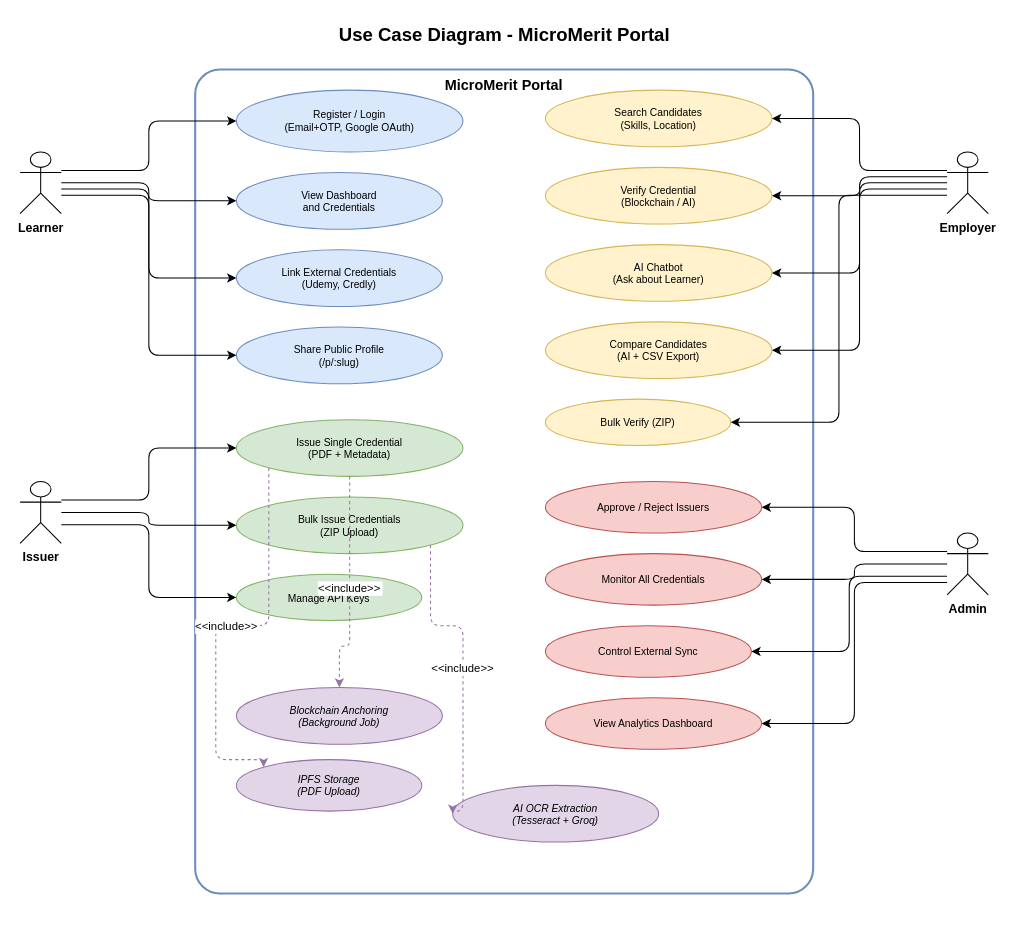
Earlier version of the draw.io diagram docs/report/diagrams/3.3_use_case_diagram.drawio (JaiminPatel345/MicroMerit-Portal). Source tidied: cells renumbered, new cells numbered last; positions are measured from the earlier drawing's top-left corner, leaving out a move shared by most shapes. Both pictures are drawn from the tidied source at 103%, with x=0, y=0 at pixel (20, 18).
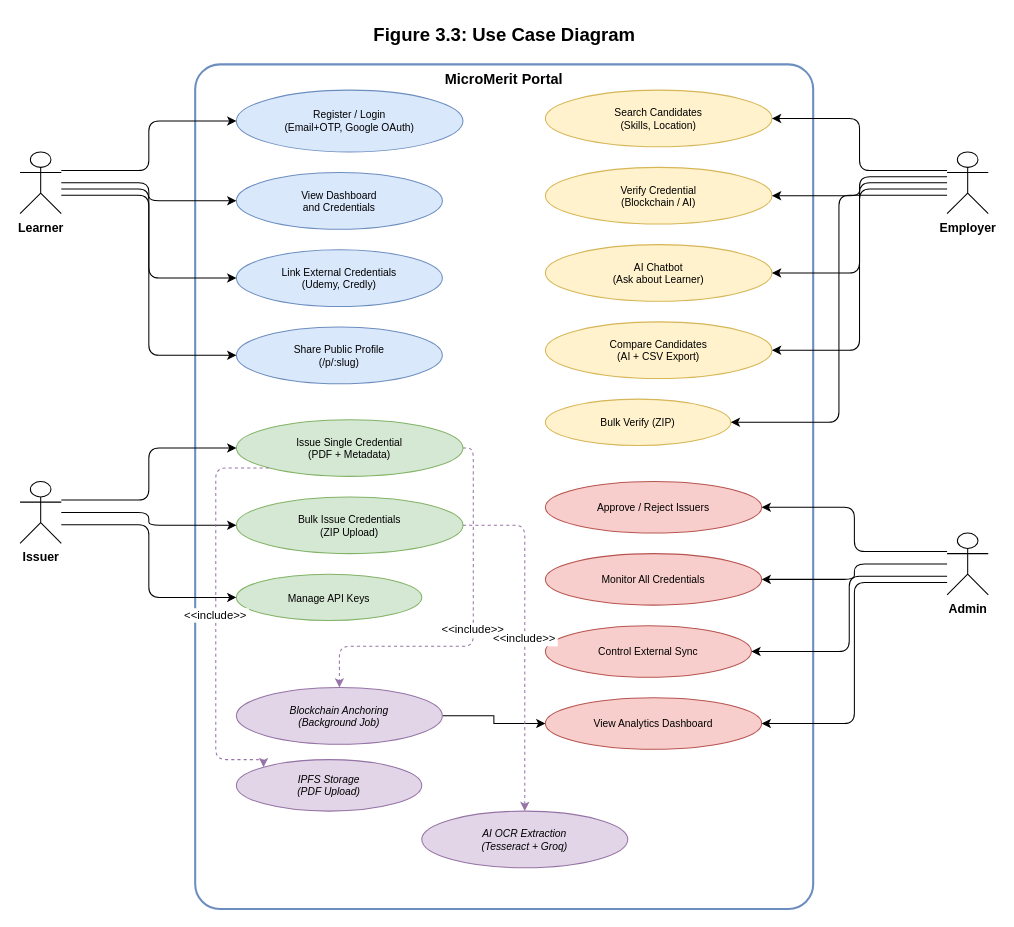
The same diagram, later.

Unchanged cells that the change refers to:
```xml
<mxCell id="12" value="Issue Single Credential&lt;br&gt;(PDF + Metadata)" style="ellipse;whiteSpace=wrap;html=1;fillColor=#d5e8d4;strokeColor=#82b366;fontSize=10;" parent="1" vertex="1">
  <mxGeometry x="210" y="390" width="220" height="55" as="geometry" />
</mxCell>
<mxCell id="13" value="Bulk Issue Credentials&lt;br&gt;(ZIP Upload)" style="ellipse;whiteSpace=wrap;html=1;fillColor=#d5e8d4;strokeColor=#82b366;fontSize=10;" parent="1" vertex="1">
  <mxGeometry x="210" y="465" width="220" height="55" as="geometry" />
</mxCell>
<mxCell id="23" value="View Analytics Dashboard" style="ellipse;whiteSpace=wrap;html=1;fillColor=#f8cecc;strokeColor=#b85450;fontSize=10;" parent="1" vertex="1">
  <mxGeometry x="510" y="660" width="210" height="50" as="geometry" />
</mxCell>
<mxCell id="24" value="Blockchain Anchoring&lt;br&gt;(Background Job)" style="ellipse;whiteSpace=wrap;html=1;fillColor=#e1d5e7;strokeColor=#9673a6;fontSize=10;fontStyle=2;" parent="1" vertex="1">
  <mxGeometry x="210" y="650" width="200" height="55" as="geometry" />
</mxCell>
<mxCell id="25" value="IPFS Storage&lt;br&gt;(PDF Upload)" style="ellipse;whiteSpace=wrap;html=1;fillColor=#e1d5e7;strokeColor=#9673a6;fontSize=10;fontStyle=2;" parent="1" vertex="1">
  <mxGeometry x="210" y="720" width="180" height="50" as="geometry" />
</mxCell>
```

Diff of the diagram source:
```diff
@@
-    <mxCell id="2" value="Use Case Diagram - MicroMerit Portal" style="text;html=1;fontSize=18;fontStyle=1;align=center;" parent="1" vertex="1">
+    <mxCell id="2" value="Figure 3.3: Use Case Diagram" style="text;html=1;fontSize=18;fontStyle=1;align=center;" parent="1" vertex="1">
       <mxGeometry x="220" width="500" height="40" as="geometry" />
     </mxCell>
     <mxCell id="3" value="MicroMerit Portal" style="rounded=1;whiteSpace=wrap;html=1;fillColor=none;strokeColor=#6c8ebf;dashed=0;verticalAlign=top;fontStyle=1;fontSize=14;arcSize=4;strokeWidth=2;" parent="1" vertex="1">
-      <mxGeometry x="170" y="50" width="600" height="800" as="geometry" />
+      <mxGeometry x="170" y="45" width="600" height="820" as="geometry" />
     </mxCell>
@@
+    <mxCell id="46" style="edgeStyle=orthogonalEdgeStyle;rounded=0;jettySize=auto;html=1;" parent="1" edge="1" source="24" target="23">
+      <mxGeometry relative="1" as="geometry" />
+    </mxCell>
@@
     <mxCell id="26" value="AI OCR Extraction&lt;br&gt;(Tesseract + Groq)" style="ellipse;whiteSpace=wrap;html=1;fillColor=#e1d5e7;strokeColor=#9673a6;fontSize=10;fontStyle=2;" parent="1" vertex="1">
-      <mxGeometry x="420" y="745" width="200" height="55" as="geometry" />
+      <mxGeometry x="390" y="770" width="200" height="55" as="geometry" />
     </mxCell>
@@
-    <mxCell id="43" value="&lt;&lt;include&gt;&gt;" style="edgeStyle=orthogonalEdgeStyle;rounded=1;dashed=1;strokeColor=#9673a6;exitX=0.5;exitY=1;exitDx=0;exitDy=0;entryX=0.5;entryY=0;entryDx=0;entryDy=0;" parent="1" edge="1" source="12" target="24">
+    <mxCell id="43" value="&lt;&lt;include&gt;&gt;" style="edgeStyle=orthogonalEdgeStyle;rounded=1;dashed=1;strokeColor=#9673a6;exitX=1;exitY=0.5;exitDx=0;exitDy=0;entryX=0.5;entryY=0;entryDx=0;entryDy=0;" parent="1" edge="1" source="12" target="24">
       <mxGeometry relative="1" as="geometry">
         <Array as="points">
-          <mxPoint x="320" y="590" />
-          <mxPoint x="320" y="610" />
+          <mxPoint x="440" y="418" />
+          <mxPoint x="440" y="610" />
           <mxPoint x="310" y="610" />
-          <mxPoint x="310" y="650" />
         </Array>
       </mxGeometry>
     </mxCell>
     <mxCell id="44" value="&lt;&lt;include&gt;&gt;" style="edgeStyle=orthogonalEdgeStyle;rounded=1;dashed=1;strokeColor=#9673a6;exitX=0;exitY=1;exitDx=0;exitDy=0;entryX=0;entryY=0;entryDx=0;entryDy=0;" parent="1" edge="1" source="12" target="25">
       <mxGeometry relative="1" as="geometry">
         <Array as="points">
-          <mxPoint x="190" y="590" />
+          <mxPoint x="190" y="437" />
           <mxPoint x="190" y="720" />
+          <mxPoint x="236" y="720" />
         </Array>
       </mxGeometry>
     </mxCell>
-    <mxCell id="45" value="&lt;&lt;include&gt;&gt;" style="edgeStyle=orthogonalEdgeStyle;rounded=1;dashed=1;strokeColor=#9673a6;exitX=1;exitY=1;exitDx=0;exitDy=0;entryX=0;entryY=0.5;entryDx=0;entryDy=0;" parent="1" edge="1" source="13" target="26">
+    <mxCell id="45" value="&lt;&lt;include&gt;&gt;" style="edgeStyle=orthogonalEdgeStyle;rounded=1;dashed=1;strokeColor=#9673a6;exitX=1;exitY=0.5;exitDx=0;exitDy=0;entryX=0.5;entryY=0;entryDx=0;entryDy=0;" parent="1" edge="1" source="13" target="26">
       <mxGeometry relative="1" as="geometry">
         <Array as="points">
-          <mxPoint x="430" y="590" />
-          <mxPoint x="430" y="770" />
+          <mxPoint x="490" y="493" />
         </Array>
       </mxGeometry>
     </mxCell>
```
